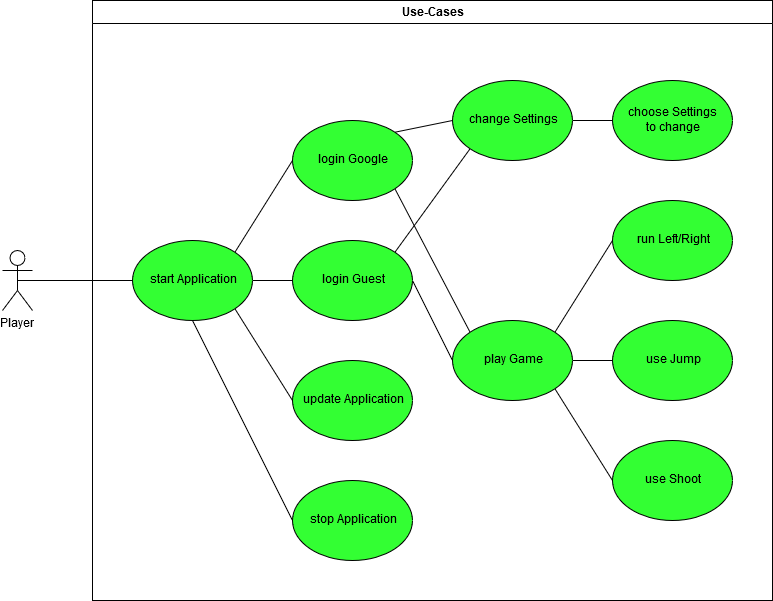
Earlier version of the draw.io export documentation/Use-Case_diagram.png (GabrielBalzer/hypercasualgame). Source tidied: cells renumbered, new cells last; positions are measured from the earlier drawing's top-left corner, leaving out a move shared by most shapes.
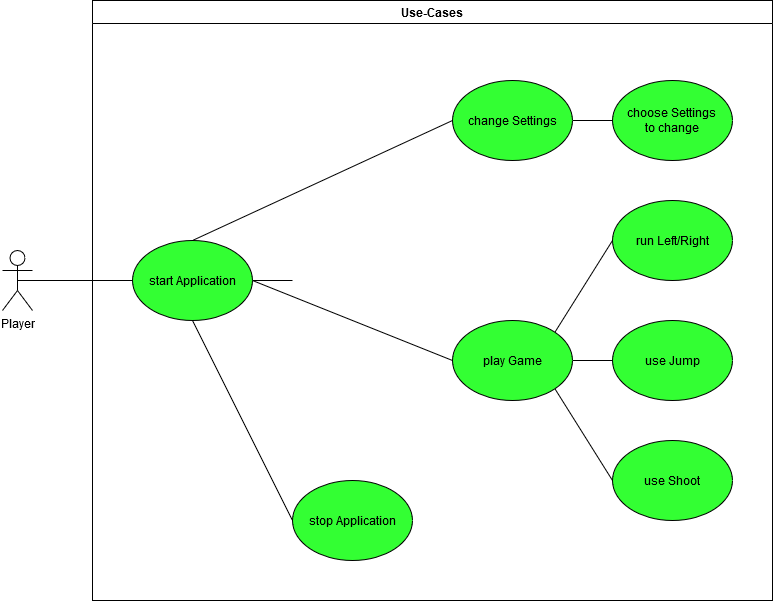
The same file after the commit.

The edit, as a diff of the source:
```diff
@@ -1,4 +1,4 @@
-<mxGraphModel background="#ffffff">
+<mxGraphModel>
   <root>
     <mxCell id="0" />
     <mxCell id="1" parent="0" />
@@ -11,39 +11,23 @@
     <mxCell id="4" value="Use-Cases" style="swimlane;whiteSpace=wrap;" parent="1" vertex="1">
       <mxGeometry x="90" width="680" height="600" as="geometry" />
     </mxCell>
-    <mxCell id="5" style="edgeStyle=none;rounded=0;jettySize=auto;html=1;exitX=1;exitY=0.5;exitDx=0;exitDy=0;endArrow=none;endFill=0;" parent="4" edge="1" source="8" target="15">
-      <mxGeometry relative="1" as="geometry" />
-    </mxCell>
+    <mxCell id="28" style="edgeStyle=none;rounded=0;jettySize=auto;html=1;exitX=1;exitY=0.5;exitDx=0;exitDy=0;endArrow=none;endFill=0;" parent="4" edge="1" source="8">
+      <mxGeometry relative="1" as="geometry">
+        <mxPoint x="200" y="280" as="targetPoint" />
+      </mxGeometry>
+    </mxCell>
     <mxCell id="6" style="edgeStyle=none;rounded=0;jettySize=auto;html=1;exitX=0.5;exitY=1;exitDx=0;exitDy=0;entryX=0;entryY=0.5;entryDx=0;entryDy=0;endArrow=none;endFill=0;" parent="4" edge="1" source="8" target="16">
       <mxGeometry relative="1" as="geometry" />
     </mxCell>
-    <mxCell id="7" style="rounded=0;jettySize=auto;html=1;exitX=1;exitY=1;exitDx=0;exitDy=0;entryX=0;entryY=0.5;entryDx=0;entryDy=0;endArrow=none;endFill=0;" parent="4" edge="1" source="8" target="27">
-      <mxGeometry relative="1" as="geometry" />
-    </mxCell>
     <mxCell id="8" value="start Application" style="ellipse;whiteSpace=wrap;html=1;fillColor=#33FF33;" parent="4" vertex="1">
       <mxGeometry x="40" y="240" width="120" height="80" as="geometry" />
     </mxCell>
-    <mxCell id="9" style="edgeStyle=none;rounded=0;jettySize=auto;html=1;exitX=0;exitY=0.5;exitDx=0;exitDy=0;entryX=1;entryY=0;entryDx=0;entryDy=0;endArrow=none;endFill=0;" parent="4" edge="1" source="12" target="8">
-      <mxGeometry relative="1" as="geometry" />
-    </mxCell>
-    <mxCell id="10" style="edgeStyle=none;rounded=0;jettySize=auto;html=1;exitX=1;exitY=0;exitDx=0;exitDy=0;entryX=0;entryY=0.5;entryDx=0;entryDy=0;endArrow=none;endFill=0;" parent="4" edge="1" source="12" target="18">
-      <mxGeometry relative="1" as="geometry" />
-    </mxCell>
-    <mxCell id="11" style="edgeStyle=none;rounded=0;jettySize=auto;html=1;exitX=1;exitY=1;exitDx=0;exitDy=0;entryX=0;entryY=0;entryDx=0;entryDy=0;endArrow=none;endFill=0;" parent="4" edge="1" source="12" target="22">
-      <mxGeometry relative="1" as="geometry" />
-    </mxCell>
-    <mxCell id="12" value="login Google" style="ellipse;whiteSpace=wrap;html=1;fillColor=#33FF33;" parent="4" vertex="1">
-      <mxGeometry x="200" y="120" width="120" height="80" as="geometry" />
-    </mxCell>
-    <mxCell id="13" style="edgeStyle=none;rounded=0;jettySize=auto;html=1;exitX=1;exitY=0.5;exitDx=0;exitDy=0;entryX=0;entryY=0.5;entryDx=0;entryDy=0;endArrow=none;endFill=0;" parent="4" edge="1" source="15" target="22">
-      <mxGeometry relative="1" as="geometry" />
-    </mxCell>
-    <mxCell id="14" style="edgeStyle=none;rounded=0;jettySize=auto;html=1;exitX=1;exitY=0;exitDx=0;exitDy=0;entryX=0;entryY=1;entryDx=0;entryDy=0;endArrow=none;endFill=0;" parent="4" edge="1" source="15" target="18">
-      <mxGeometry relative="1" as="geometry" />
-    </mxCell>
-    <mxCell id="15" value="login Guest" style="ellipse;whiteSpace=wrap;html=1;fillColor=#33FF33;" parent="4" vertex="1">
-      <mxGeometry x="200" y="240" width="120" height="80" as="geometry" />
-    </mxCell>
+    <mxCell id="29" style="edgeStyle=none;rounded=0;jettySize=auto;html=1;exitX=0;exitY=0.5;exitDx=0;exitDy=0;entryX=0.5;entryY=0;entryDx=0;entryDy=0;endArrow=none;endFill=0;" parent="4" edge="1" source="18" target="8">
+      <mxGeometry relative="1" as="geometry" />
+    </mxCell>
+    <mxCell id="30" style="edgeStyle=none;rounded=0;jettySize=auto;html=1;exitX=1;exitY=0.5;exitDx=0;exitDy=0;entryX=0;entryY=0.5;entryDx=0;entryDy=0;endArrow=none;endFill=0;" parent="4" edge="1" source="8" target="22">
+      <mxGeometry relative="1" as="geometry" />
+    </mxCell>
     <mxCell id="16" value="stop Application" style="ellipse;whiteSpace=wrap;html=1;fillColor=#33FF33;" parent="4" vertex="1">
       <mxGeometry x="200" y="480" width="120" height="80" as="geometry" />
     </mxCell>
@@ -77,8 +61,5 @@
     <mxCell id="26" value="use Shoot" style="ellipse;whiteSpace=wrap;html=1;fillColor=#33FF33;" parent="4" vertex="1">
       <mxGeometry x="520" y="440" width="120" height="80" as="geometry" />
     </mxCell>
-    <mxCell id="27" value="update Application" style="ellipse;whiteSpace=wrap;html=1;fillColor=#33FF33;" parent="4" vertex="1">
-      <mxGeometry x="200" y="360" width="120" height="80" as="geometry" />
-    </mxCell>
   </root>
 </mxGraphModel>
```
